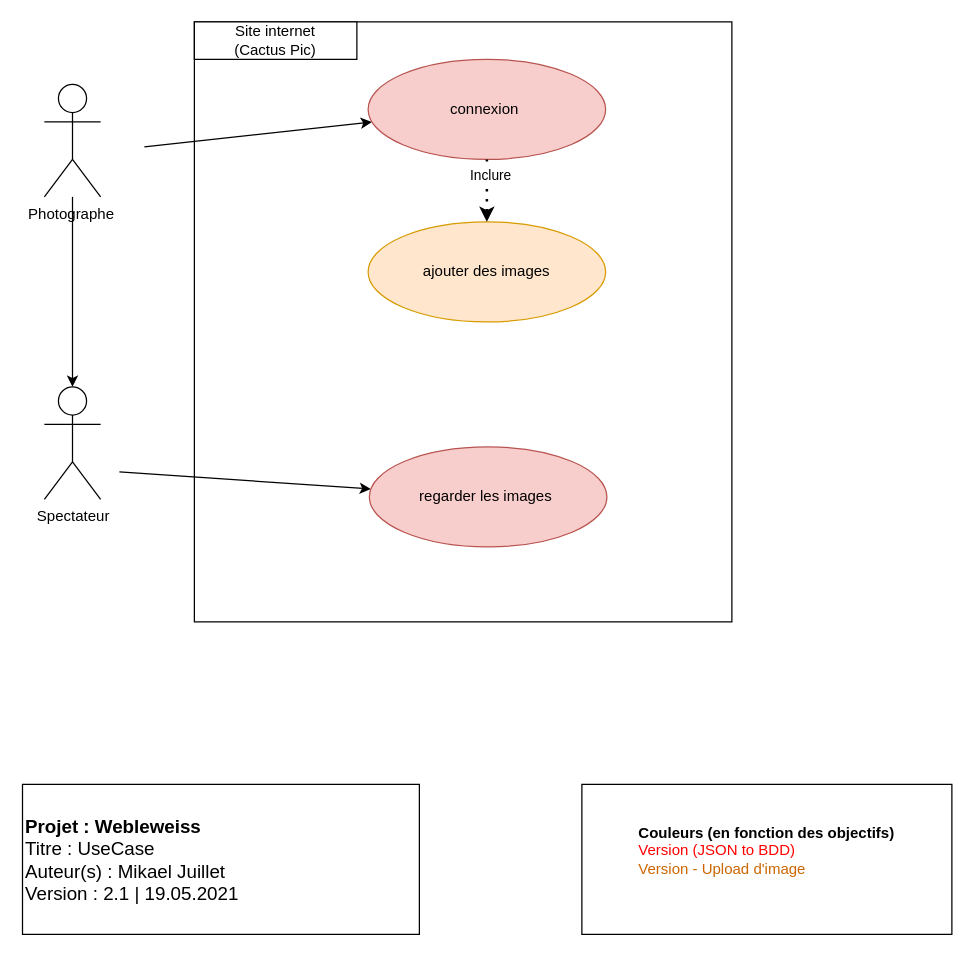
Earlier version of the draw.io diagram Documentation/UseCase/UseCase.drawio (NicolasGlassey/PROJWEB_WEBELWEISS). Source tidied: cells renumbered, new cells numbered last; positions are measured from the earlier drawing's top-left corner, leaving out a move shared by most shapes. Both pictures are drawn from the tidied source at 125%, with x=0, y=0 at pixel (21, 21).
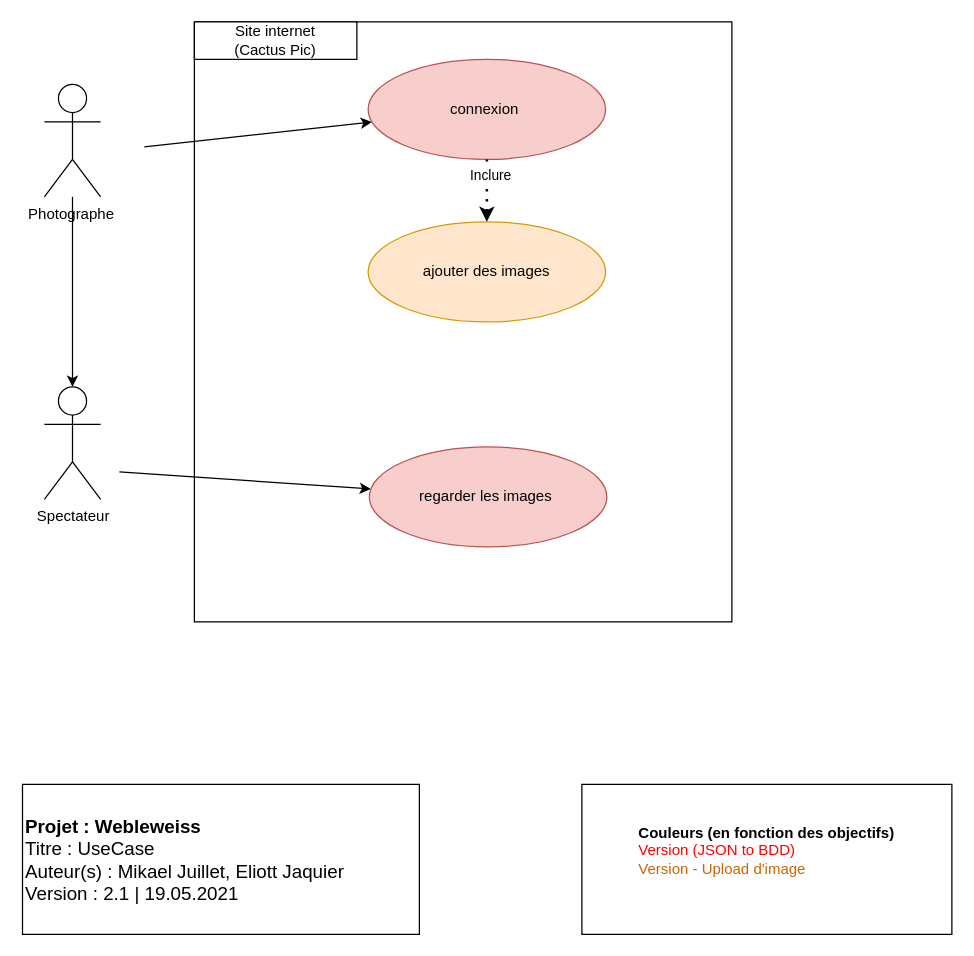
After the change.

The edit, as a diff of the source:
```diff
@@
 <mxGraphModel>
   <root>
     <mxCell id="0" />
     <mxCell id="1" parent="0" />
     <mxCell id="2" style="rounded=0;whiteSpace=wrap;html=1;fillColor=none;align=left;" parent="1" vertex="1">
       <mxGeometry x="138" width="430" height="480" as="geometry" />
     </mxCell>
     <mxCell id="3" style="edgeStyle=orthogonalEdgeStyle;rounded=0;jettySize=auto;html=1;" parent="1" edge="1" source="4" target="5">
       <mxGeometry relative="1" as="geometry" />
     </mxCell>
     <mxCell id="4" value="Photographe&amp;nbsp;" style="shape=umlActor;verticalLabelPosition=bottom;verticalAlign=top;html=1;outlineConnect=0;" parent="1" vertex="1">
       <mxGeometry x="18" y="50" width="45" height="90" as="geometry" />
     </mxCell>
     <mxCell id="5" value="Spectateur" style="shape=umlActor;verticalLabelPosition=bottom;verticalAlign=top;html=1;outlineConnect=0;" parent="1" vertex="1">
       <mxGeometry x="18" y="292" width="45" height="90" as="geometry" />
     </mxCell>
     <mxCell id="6" style="endArrow=classic;html=1;" parent="1" edge="1" target="7">
       <mxGeometry relative="1" as="geometry">
         <mxPoint x="78" y="360" as="sourcePoint" />
       </mxGeometry>
     </mxCell>
     <mxCell id="7" value="regarder les images&amp;nbsp;" style="ellipse;whiteSpace=wrap;html=1;fillColor=#f8cecc;strokeColor=#b85450;" parent="1" vertex="1">
       <mxGeometry x="278" y="340" width="190" height="80" as="geometry" />
     </mxCell>
     <mxCell id="8" style="endArrow=classic;html=1;" parent="1" edge="1" target="9">
       <mxGeometry relative="1" as="geometry">
         <mxPoint x="98" y="100" as="sourcePoint" />
       </mxGeometry>
     </mxCell>
     <mxCell id="9" value="connexion&amp;nbsp;" style="ellipse;whiteSpace=wrap;html=1;fillColor=#f8cecc;strokeColor=#b85450;" parent="1" vertex="1">
       <mxGeometry x="277" y="30" width="190" height="80" as="geometry" />
     </mxCell>
-    <mxCell id="10" value="&lt;div style=&quot;font-size: 15px&quot;&gt;&lt;b&gt;Projet : Webleweiss&lt;/b&gt;&lt;/div&gt;&lt;div style=&quot;font-size: 15px&quot;&gt;Titre : UseCase&lt;/div&gt;&lt;div style=&quot;font-size: 15px&quot;&gt;Auteur(s) : Mikael Juillet&lt;/div&gt;&lt;span style=&quot;font-size: 15px&quot;&gt;Version : 2.1 | 19.05.2021&lt;br&gt;&lt;/span&gt;" style="rounded=0;whiteSpace=wrap;html=1;align=left;" parent="1" vertex="1">
+    <mxCell id="10" value="&lt;div style=&quot;font-size: 15px&quot;&gt;&lt;b&gt;Projet : Webleweiss&lt;/b&gt;&lt;/div&gt;&lt;div style=&quot;font-size: 15px&quot;&gt;Titre : UseCase&lt;/div&gt;&lt;div style=&quot;font-size: 15px&quot;&gt;Auteur(s) : Mikael Juillet, Eliott Jaquier&lt;/div&gt;&lt;span style=&quot;font-size: 15px&quot;&gt;Version : 2.1 | 19.05.2021&lt;br&gt;&lt;/span&gt;" style="rounded=0;whiteSpace=wrap;html=1;align=left;" parent="1" vertex="1">
       <mxGeometry x="0.5" y="610" width="317.5" height="120" as="geometry" />
     </mxCell>
     <mxCell id="11" value="&lt;b&gt;Couleurs (en fonction des objectifs)&lt;/b&gt;&lt;br&gt;&lt;div style=&quot;text-align: left&quot;&gt;&lt;font color=&quot;#ff0000&quot;&gt;Version (JSON to BDD)&lt;/font&gt;&lt;/div&gt;&lt;div style=&quot;text-align: left&quot;&gt;&lt;font color=&quot;#cc6600&quot;&gt;Version - Upload d'image&lt;/font&gt;&lt;/div&gt;&lt;div style=&quot;text-align: left&quot;&gt;&lt;br&gt;&lt;/div&gt;" style="rounded=0;whiteSpace=wrap;html=1;" parent="1" vertex="1">
       <mxGeometry x="448" y="610" width="296" height="120" as="geometry" />
     </mxCell>
     <mxCell id="12" value="ajouter des images" style="ellipse;whiteSpace=wrap;html=1;fillColor=#ffe6cc;strokeColor=#d79b00;" parent="1" vertex="1">
       <mxGeometry x="277" y="160" width="190" height="80" as="geometry" />
     </mxCell>
     <mxCell id="13" style="endArrow=none;dashed=1;html=1;dashPattern=1 3;strokeWidth=2;startArrow=classic;startFill=1;entryX=0.5;entryY=1;entryDx=0;entryDy=0;exitX=0.5;exitY=0;exitDx=0;exitDy=0;" parent="1" edge="1" source="12" target="9">
       <mxGeometry relative="1" as="geometry" />
     </mxCell>
     <mxCell id="14" value="Inclure" style="edgeLabel;html=1;align=center;verticalAlign=middle;" parent="13" vertex="1">
       <mxGeometry x="0.5" y="-2" relative="1" as="geometry" />
     </mxCell>
     <mxCell id="15" value="Site internet &lt;br&gt;(Cactus Pic)" style="rounded=0;whiteSpace=wrap;html=1;" parent="1" vertex="1">
       <mxGeometry x="138" width="130" height="30" as="geometry" />
     </mxCell>
   </root>
 </mxGraphModel>
```
